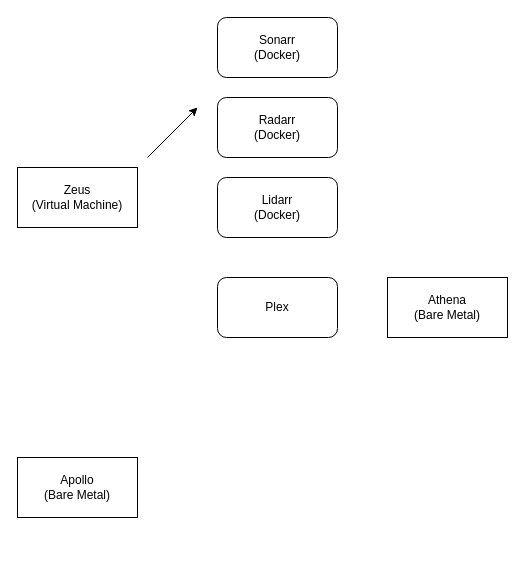
Earlier version of the draw.io diagram Untitled Diagram.drawio (admaughan1975/admaughan1975). Source tidied: cells renumbered, new cells numbered last; positions are measured from the earlier drawing's top-left corner, leaving out a move shared by most shapes. Both pictures are drawn from the tidied source at 100%, with x=0, y=0 at pixel (17, 17).
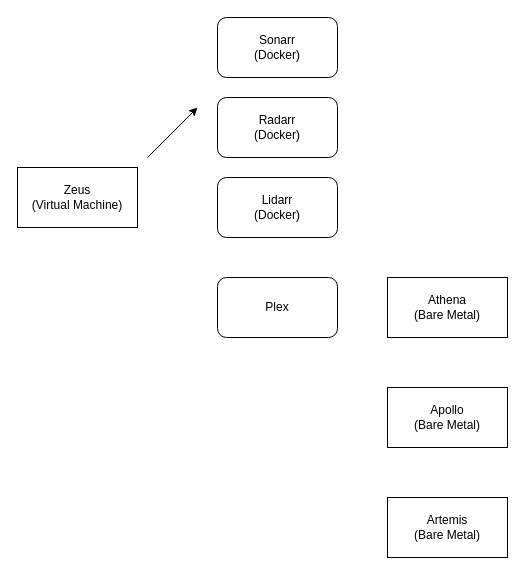
The same diagram, later.

What changed in the source:
```diff
@@
 <mxGraphModel>
   <root>
     <mxCell id="0" />
     <mxCell id="1" parent="0" />
     <mxCell id="2" value="Zeus&lt;br&gt;(Virtual Machine)" style="rounded=0;whiteSpace=wrap;html=1;" parent="1" vertex="1">
       <mxGeometry y="150" width="120" height="60" as="geometry" />
     </mxCell>
     <mxCell id="3" style="endArrow=classic;html=1;rounded=0;" parent="1" edge="1">
       <mxGeometry relative="1" as="geometry">
         <mxPoint x="130" y="140" as="sourcePoint" />
         <mxPoint x="180" y="90" as="targetPoint" />
       </mxGeometry>
     </mxCell>
     <mxCell id="4" value="Sonarr&lt;br&gt;(Docker)" style="rounded=1;whiteSpace=wrap;html=1;" parent="1" vertex="1">
       <mxGeometry x="200" width="120" height="60" as="geometry" />
     </mxCell>
     <mxCell id="5" value="Lidarr&lt;br&gt;(Docker)" style="rounded=1;whiteSpace=wrap;html=1;" parent="1" vertex="1">
       <mxGeometry x="200" y="160" width="120" height="60" as="geometry" />
     </mxCell>
     <mxCell id="6" value="Radarr&lt;br&gt;(Docker)" style="rounded=1;whiteSpace=wrap;html=1;" parent="1" vertex="1">
       <mxGeometry x="200" y="80" width="120" height="60" as="geometry" />
     </mxCell>
     <mxCell id="7" value="Athena&lt;br&gt;(Bare Metal)" style="rounded=0;whiteSpace=wrap;html=1;" parent="1" vertex="1">
       <mxGeometry x="370" y="260" width="120" height="60" as="geometry" />
     </mxCell>
     <mxCell id="8" value="Plex" style="rounded=1;whiteSpace=wrap;html=1;" parent="1" vertex="1">
       <mxGeometry x="200" y="260" width="120" height="60" as="geometry" />
     </mxCell>
     <mxCell id="9" value="Apollo&lt;br&gt;(Bare Metal)" style="rounded=0;whiteSpace=wrap;html=1;" parent="1" vertex="1">
-      <mxGeometry y="440" width="120" height="60" as="geometry" />
+      <mxGeometry x="370" y="370" width="120" height="60" as="geometry" />
     </mxCell>
+    <mxCell id="10" value="Artemis&lt;br&gt;(Bare Metal)" style="rounded=0;whiteSpace=wrap;html=1;" parent="1" vertex="1">
+      <mxGeometry x="370" y="480" width="120" height="60" as="geometry" />
+    </mxCell>
   </root>
 </mxGraphModel>
```
